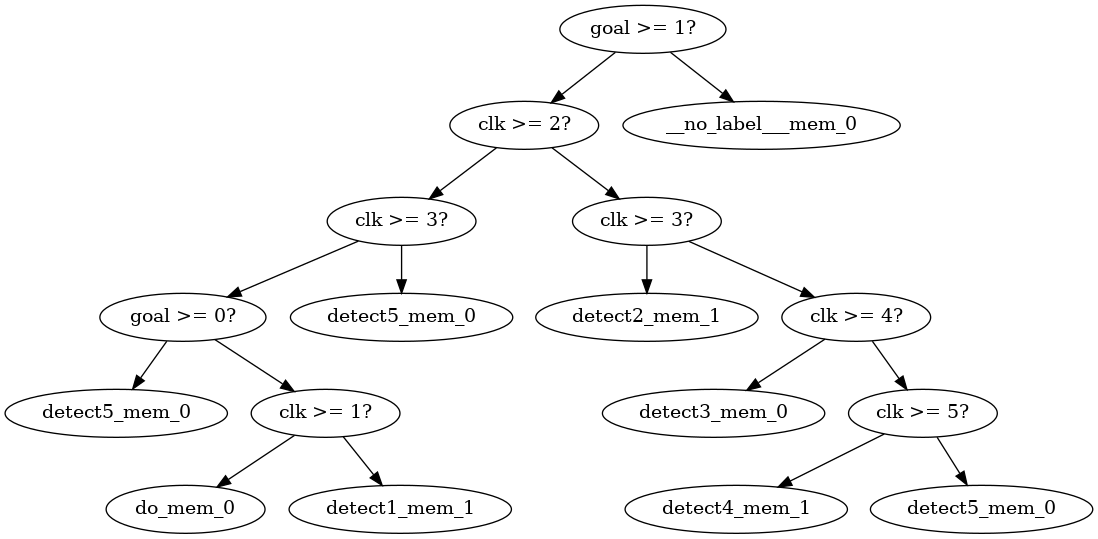
linusheck/molehill keeps this Graphviz diagram as pictures/tree.png. Above is the earlier version. Its source is kept beside it as pictures/tree.dot.
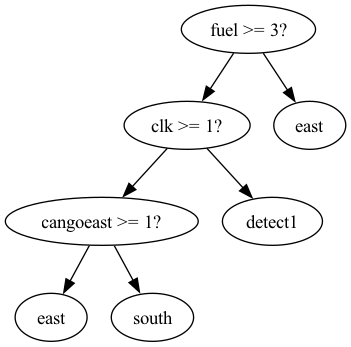
After the commit.

The edit, as a diff of the source:
```diff
@@ -1,35 +1,15 @@
 digraph tree {
-    "0x0" [label="goal >= 1?"];
-    "0x1" [label="clk >= 2?"];
-    "0x2" [label="clk >= 3?"];
-    "0x3" [label="goal >= 0?"];
-    "0x4" [label="detect5_mem_0"];
-    "0x5" [label="clk >= 1?"];
-    "0x6" [label="do_mem_0"];
-    "0x7" [label="detect1_mem_1"];
-    "0x8" [label="detect5_mem_0"];
-    "0x9" [label="clk >= 3?"];
-    "0xa" [label="detect2_mem_1"];
-    "0xb" [label="clk >= 4?"];
-    "0xc" [label="detect3_mem_0"];
-    "0xd" [label="clk >= 5?"];
-    "0xe" [label="detect4_mem_1"];
-    "0xf" [label="detect5_mem_0"];
-    "0x10" [label="__no_label___mem_0"];
+    "0x0" [label="fuel >= 3?"];
+    "0x1" [label="clk >= 1?"];
+    "0x2" [label="cangoeast >= 1?"];
+    "0x3" [label="east"];
+    "0x4" [label="south"];
+    "0x5" [label="detect1"];
+    "0x6" [label="east"];
     "0x0" -> "0x1";
-    "0x0" -> "0x10";
+    "0x0" -> "0x6";
     "0x1" -> "0x2";
-    "0x1" -> "0x9";
+    "0x1" -> "0x5";
     "0x2" -> "0x3";
-    "0x2" -> "0x8";
-    "0x3" -> "0x4";
-    "0x3" -> "0x5";
-    "0x5" -> "0x6";
-    "0x5" -> "0x7";
-    "0x9" -> "0xa";
-    "0x9" -> "0xb";
-    "0xb" -> "0xc";
-    "0xb" -> "0xd";
-    "0xd" -> "0xe";
-    "0xd" -> "0xf";
+    "0x2" -> "0x4";
 }
```
